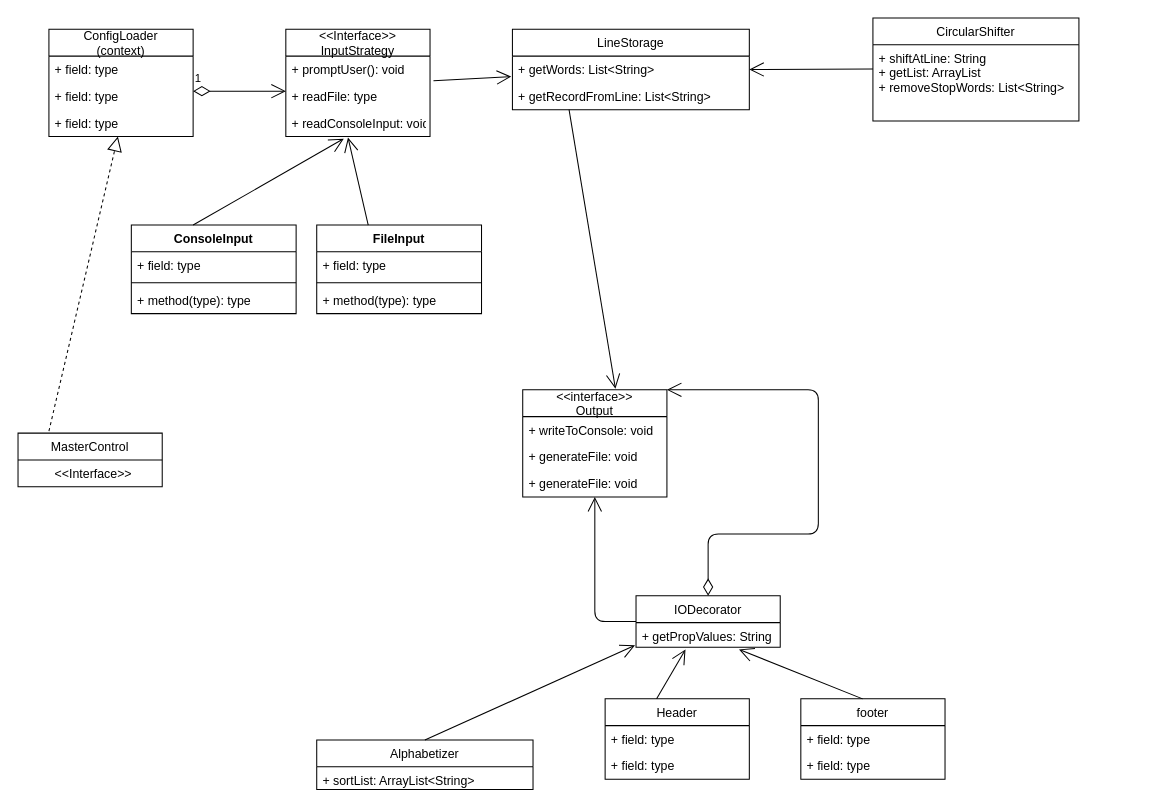
Earlier version of the draw.io diagram src/HW2 Refactor.drawio (montyxrizzo/KWIC). Source tidied: cells renumbered, new cells numbered last; positions are measured from the earlier drawing's top-left corner, leaving out a move shared by most shapes. Both pictures are drawn from the tidied source at 103%, with x=0, y=0 at pixel (18, 18).
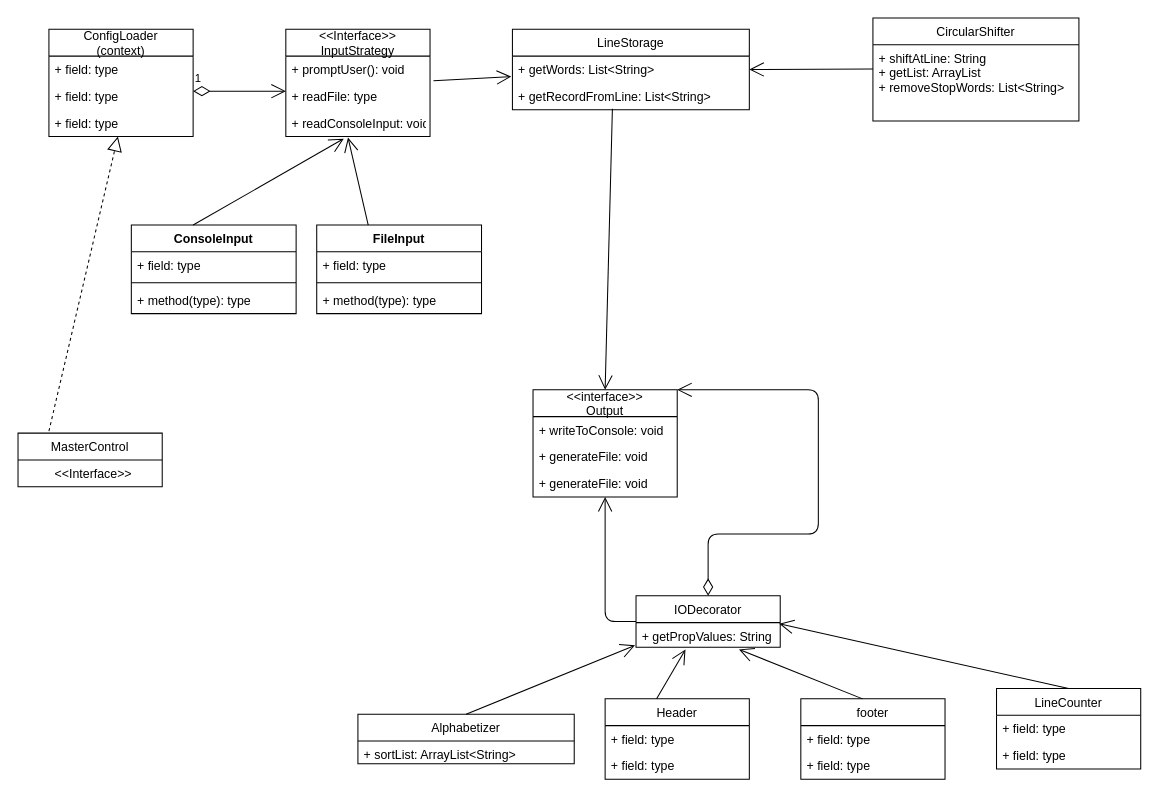
After the change.

The change refers to these unchanged cells:
```xml
<mxCell id="4" value="+ getRecordFromLine: List&lt;String&gt;&#10;" style="text;strokeColor=none;fillColor=none;align=left;verticalAlign=top;spacingLeft=4;spacingRight=4;overflow=hidden;points=[[0,0.5],[1,0.5]];portConstraint=eastwest;" parent="2" vertex="1">
  <mxGeometry y="52" width="230" height="26" as="geometry" />
</mxCell>
<mxCell id="21" value="IODecorator" style="swimlane;fontStyle=0;horizontal=1;startSize=26;fillColor=none;" parent="1" vertex="1">
  <mxGeometry x="600" y="561" width="140" height="50" as="geometry" />
</mxCell>
<mxCell id="22" value="+ getPropValues: String" style="text;strokeColor=none;fillColor=none;align=left;verticalAlign=top;spacingLeft=4;spacingRight=4;overflow=hidden;points=[[0,0.5],[1,0.5]];portConstraint=eastwest;" parent="21" vertex="1">
  <mxGeometry y="26" width="140" height="24" as="geometry" />
</mxCell>
```

Diff of the diagram source:
```diff
@@
     <mxCell id="9" value="&lt;&lt;interface&gt;&gt;&#10;Output" style="swimlane;fontStyle=0;horizontal=1;startSize=26;fillColor=none;" parent="1" vertex="1">
-      <mxGeometry x="490" y="361" width="140" height="104" as="geometry" />
+      <mxGeometry x="500" y="361" width="140" height="104" as="geometry" />
     </mxCell>
@@
     <mxCell id="16" value="Alphabetizer" style="swimlane;fontStyle=0;horizontal=1;startSize=26;fillColor=none;" parent="1" vertex="1">
-      <mxGeometry x="290" y="701" width="210" height="48" as="geometry" />
+      <mxGeometry x="330" y="676" width="210" height="48" as="geometry" />
     </mxCell>
@@
     <mxCell id="32" style="endArrow=open;endFill=1;endSize=12;html=1;entryX=0.5;entryY=1;entryDx=0;entryDy=0;exitX=0;exitY=0.5;exitDx=0;exitDy=0;" parent="1" edge="1" source="21" target="9">
       <mxGeometry relative="1" as="geometry">
         <Array as="points">
-          <mxPoint x="560" y="586" />
+          <mxPoint x="570" y="586" />
         </Array>
       </mxGeometry>
     </mxCell>
@@
-    <mxCell id="48" style="endArrow=open;endFill=1;endSize=12;html=1;exitX=0.239;exitY=1;exitDx=0;exitDy=0;exitPerimeter=0;entryX=0.643;entryY=-0.01;entryDx=0;entryDy=0;entryPerimeter=0;" parent="1" edge="1" source="4" target="9">
+    <mxCell id="48" style="endArrow=open;endFill=1;endSize=12;html=1;exitX=0.422;exitY=0.962;exitDx=0;exitDy=0;exitPerimeter=0;entryX=0.5;entryY=0;entryDx=0;entryDy=0;" parent="1" edge="1" source="4" target="9">
       <mxGeometry relative="1" as="geometry" />
     </mxCell>
@@
+    <mxCell id="51" value="LineCounter" style="swimlane;fontStyle=0;horizontal=1;startSize=26;fillColor=none;" parent="1" vertex="1">
+      <mxGeometry x="950" y="651" width="140" height="78" as="geometry" />
+    </mxCell>
+    <mxCell id="52" value="+ field: type" style="text;strokeColor=none;fillColor=none;align=left;verticalAlign=top;spacingLeft=4;spacingRight=4;overflow=hidden;" parent="51" vertex="1">
+      <mxGeometry y="26" width="140" height="26" as="geometry" />
+    </mxCell>
+    <mxCell id="53" value="+ field: type" style="text;strokeColor=none;fillColor=none;align=left;verticalAlign=top;spacingLeft=4;spacingRight=4;overflow=hidden;" parent="51" vertex="1">
+      <mxGeometry y="52" width="140" height="26" as="geometry" />
+    </mxCell>
+    <mxCell id="54" style="endArrow=open;endFill=1;endSize=12;html=1;exitX=0.5;exitY=0;exitDx=0;exitDy=0;entryX=0.993;entryY=0.042;entryDx=0;entryDy=0;entryPerimeter=0;" parent="1" edge="1" source="51" target="22">
+      <mxGeometry relative="1" as="geometry" />
+    </mxCell>
```
